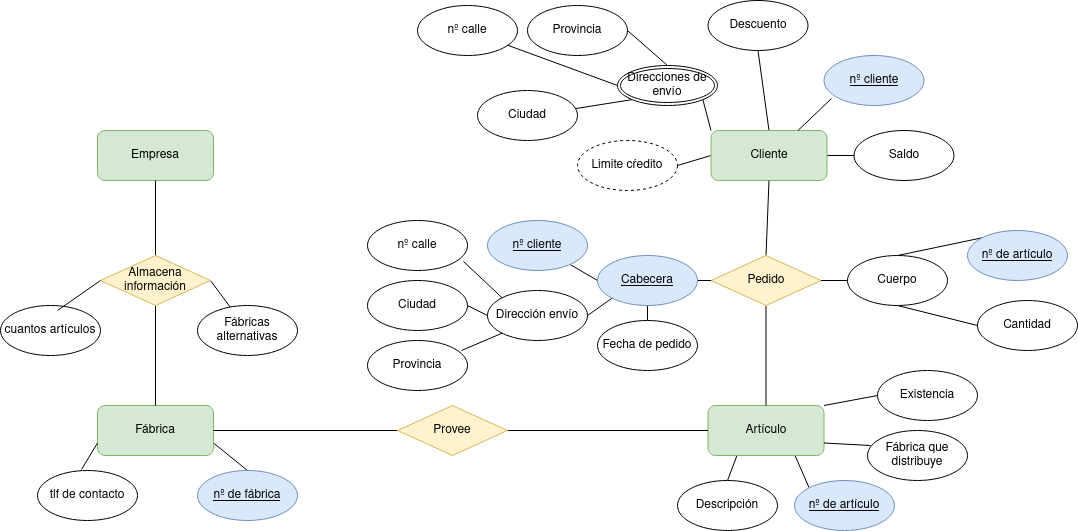
The draw.io diagram Unidad-1/Tareas/Tarea-2/Ejercicio3.drawio.png in LuisMGlez/base-datos, before a commit. Source tidied: cells renumbered, new cells last; positions are measured from the earlier drawing's top-left corner, leaving out a move shared by most shapes.
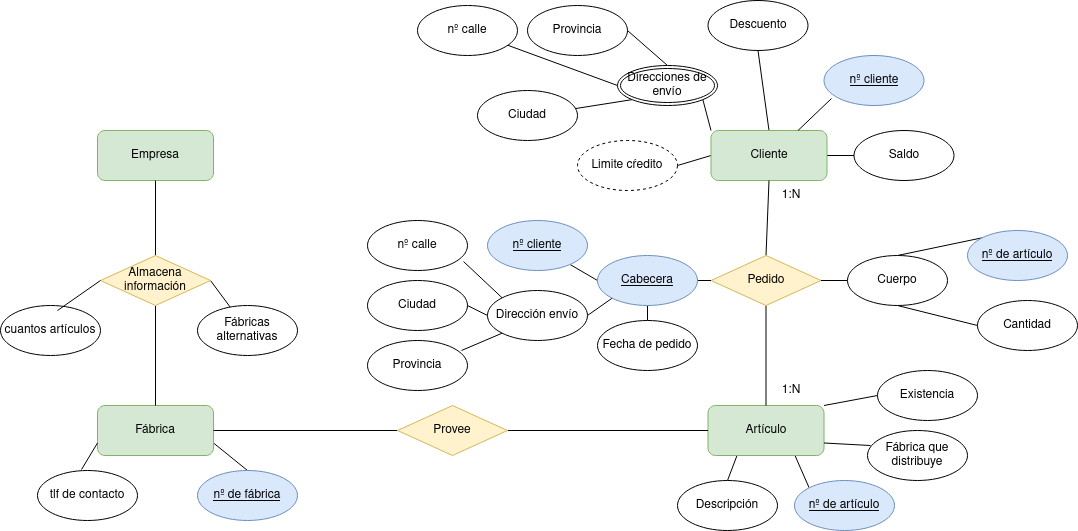
The same diagram one commit later.

Diff of the diagram source:
```diff
@@ -197,5 +197,11 @@
     <mxCell id="66" value="Limite cŕedito" style="ellipse;whiteSpace=wrap;html=1;align=center;dashed=1;" parent="1" vertex="1">
       <mxGeometry x="577" y="140" width="100" height="50" as="geometry" />
     </mxCell>
+    <mxCell id="67" value="1:N" style="text;strokeColor=none;align=center;fillColor=none;html=1;verticalAlign=middle;whiteSpace=wrap;rounded=0;" parent="1" vertex="1">
+      <mxGeometry x="760.5" y="375" width="60" height="30" as="geometry" />
+    </mxCell>
+    <mxCell id="68" value="1:N" style="text;strokeColor=none;align=center;fillColor=none;html=1;verticalAlign=middle;whiteSpace=wrap;rounded=0;" parent="1" vertex="1">
+      <mxGeometry x="760.5" y="180" width="60" height="30" as="geometry" />
+    </mxCell>
   </root>
 </mxGraphModel>
```
